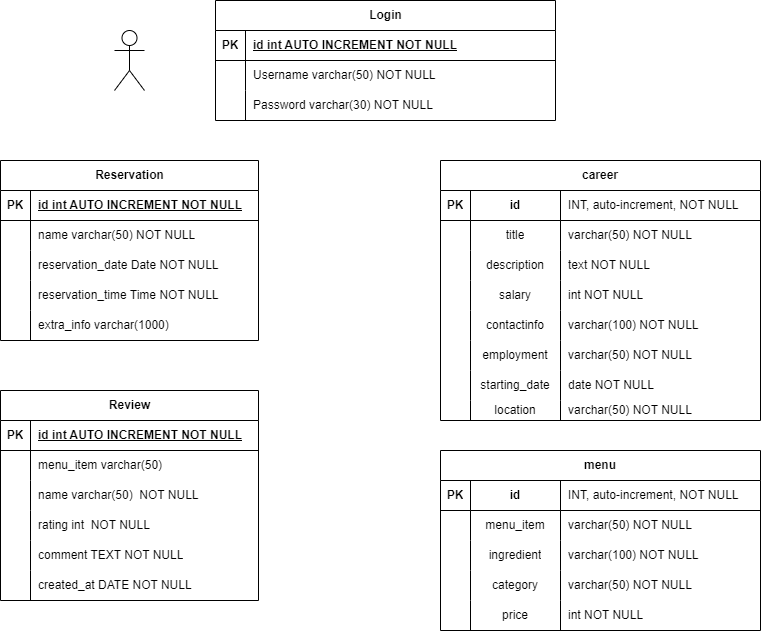
Earlier version of the draw.io export images/README/ER_Diagram.png (hongqian-li/web-programming-project). Source tidied: cells renumbered, new cells last; positions are measured from the earlier drawing's top-left corner, leaving out a move shared by most shapes.
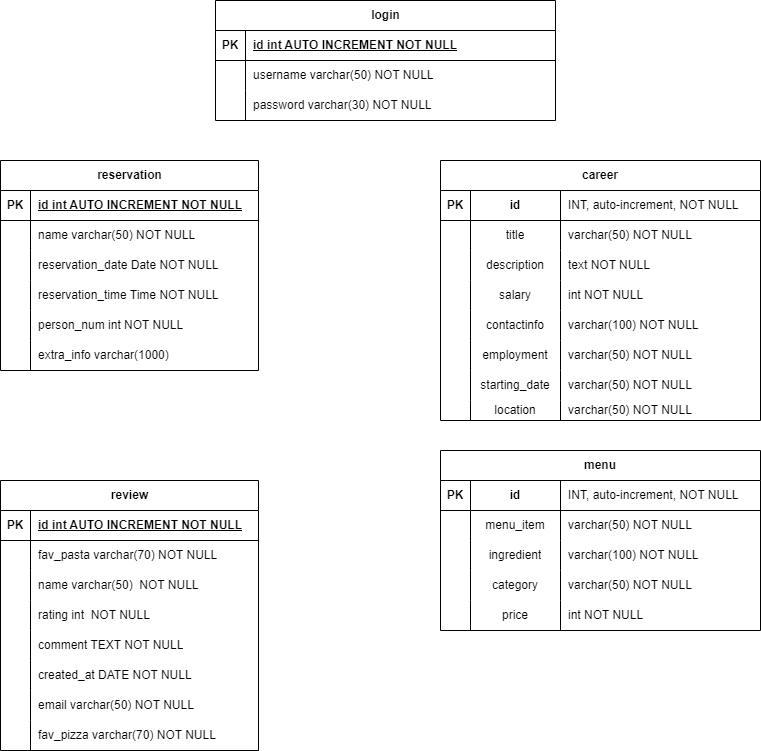
After the change.

Commit message:
Finished the form for the reservations and adjusted the ER diagram

What changed in the source:
```diff
@@ -2,7 +2,7 @@
   <root>
     <mxCell id="0" />
     <mxCell id="1" parent="0" />
-    <mxCell id="2" value="Login" style="shape=table;startSize=30;rowLines=0;fontStyle=1;align=center;html=1;" parent="1" vertex="1">
+    <mxCell id="2" value="login" style="shape=table;startSize=30;rowLines=0;fontStyle=1;align=center;html=1;" parent="1" vertex="1">
       <mxGeometry x="215" width="340" height="120" as="geometry" />
     </mxCell>
     <mxCell id="3" style="shape=tableRow;horizontal=0;startSize=0;swimlaneHead=0;swimlaneBody=0;fillColor=none;top=0;left=0;right=0;bottom=1;" parent="2" vertex="1">
@@ -20,7 +20,7 @@
     <mxCell id="7" style="shape=partialRectangle;fillColor=none;top=0;left=0;bottom=0;right=0;overflow=hidden;whiteSpace=wrap;html=1;" parent="6" vertex="1">
       <mxGeometry width="30" height="30" as="geometry" />
     </mxCell>
-    <mxCell id="8" value="Username varchar(50) NOT NULL" style="shape=partialRectangle;fillColor=none;top=0;left=0;bottom=0;right=0;align=left;spacingLeft=6;overflow=hidden;whiteSpace=wrap;html=1;" parent="6" vertex="1">
+    <mxCell id="8" value="username varchar(50) NOT NULL" style="shape=partialRectangle;fillColor=none;top=0;left=0;bottom=0;right=0;align=left;spacingLeft=6;overflow=hidden;whiteSpace=wrap;html=1;" parent="6" vertex="1">
       <mxGeometry x="30" width="310" height="30" as="geometry" />
     </mxCell>
     <mxCell id="9" style="shape=tableRow;horizontal=0;startSize=0;swimlaneHead=0;swimlaneBody=0;fillColor=none;top=0;left=0;right=0;bottom=0;" parent="2" vertex="1">
@@ -29,11 +29,11 @@
     <mxCell id="10" style="shape=partialRectangle;fillColor=none;top=0;left=0;bottom=0;right=0;overflow=hidden;whiteSpace=wrap;html=1;" parent="9" vertex="1">
       <mxGeometry width="30" height="30" as="geometry" />
     </mxCell>
-    <mxCell id="11" value="Password varchar(30) NOT NULL" style="shape=partialRectangle;fillColor=none;top=0;left=0;bottom=0;right=0;align=left;spacingLeft=6;overflow=hidden;whiteSpace=wrap;html=1;" parent="9" vertex="1">
+    <mxCell id="11" value="password varchar(30) NOT NULL" style="shape=partialRectangle;fillColor=none;top=0;left=0;bottom=0;right=0;align=left;spacingLeft=6;overflow=hidden;whiteSpace=wrap;html=1;" parent="9" vertex="1">
       <mxGeometry x="30" width="310" height="30" as="geometry" />
     </mxCell>
-    <mxCell id="12" value="Review" style="shape=table;startSize=30;rowLines=0;fontStyle=1;align=center;html=1;" parent="1" vertex="1">
-      <mxGeometry y="390" width="258" height="210" as="geometry" />
+    <mxCell id="12" value="review" style="shape=table;startSize=30;rowLines=0;fontStyle=1;align=center;html=1;" parent="1" vertex="1">
+      <mxGeometry y="480" width="258" height="270" as="geometry" />
     </mxCell>
     <mxCell id="13" style="shape=tableRow;horizontal=0;startSize=0;swimlaneHead=0;swimlaneBody=0;fillColor=none;top=0;left=0;right=0;bottom=1;" parent="12" vertex="1">
       <mxGeometry y="30" width="258" height="30" as="geometry" />
@@ -50,7 +50,7 @@
     <mxCell id="17" style="shape=partialRectangle;fillColor=none;top=0;left=0;bottom=0;right=0;overflow=hidden;whiteSpace=wrap;html=1;" parent="16" vertex="1">
       <mxGeometry width="30" height="30" as="geometry" />
     </mxCell>
-    <mxCell id="18" value="menu_item varchar(50)&amp;nbsp;" style="shape=partialRectangle;fillColor=none;top=0;left=0;bottom=0;right=0;align=left;spacingLeft=6;overflow=hidden;whiteSpace=wrap;html=1;" parent="16" vertex="1">
+    <mxCell id="18" value="fav_pasta varchar(70) NOT NULL" style="shape=partialRectangle;fillColor=none;top=0;left=0;bottom=0;right=0;align=left;spacingLeft=6;overflow=hidden;whiteSpace=wrap;html=1;" parent="16" vertex="1">
       <mxGeometry x="30" width="228" height="30" as="geometry" />
     </mxCell>
     <mxCell id="19" style="shape=tableRow;horizontal=0;startSize=0;swimlaneHead=0;swimlaneBody=0;fillColor=none;top=0;left=0;right=0;bottom=0;" parent="12" vertex="1">
@@ -89,8 +89,26 @@
     <mxCell id="30" value="created_at DATE NOT NULL" style="shape=partialRectangle;fillColor=none;top=0;left=0;bottom=0;right=0;align=left;spacingLeft=6;overflow=hidden;whiteSpace=wrap;html=1;" parent="28" vertex="1">
       <mxGeometry x="30" width="228" height="30" as="geometry" />
     </mxCell>
+    <mxCell id="102" style="shape=tableRow;horizontal=0;startSize=0;swimlaneHead=0;swimlaneBody=0;fillColor=none;top=0;left=0;right=0;bottom=0;" parent="12" vertex="1">
+      <mxGeometry y="210" width="258" height="30" as="geometry" />
+    </mxCell>
+    <mxCell id="103" style="shape=partialRectangle;fillColor=none;top=0;left=0;bottom=0;right=0;overflow=hidden;whiteSpace=wrap;html=1;" parent="102" vertex="1">
+      <mxGeometry width="30" height="30" as="geometry" />
+    </mxCell>
+    <mxCell id="104" value="email varchar(50) NOT NULL" style="shape=partialRectangle;fillColor=none;top=0;left=0;bottom=0;right=0;align=left;spacingLeft=6;overflow=hidden;whiteSpace=wrap;html=1;" parent="102" vertex="1">
+      <mxGeometry x="30" width="228" height="30" as="geometry" />
+    </mxCell>
+    <mxCell id="105" style="shape=tableRow;horizontal=0;startSize=0;swimlaneHead=0;swimlaneBody=0;fillColor=none;top=0;left=0;right=0;bottom=0;" parent="12" vertex="1">
+      <mxGeometry y="240" width="258" height="30" as="geometry" />
+    </mxCell>
+    <mxCell id="106" style="shape=partialRectangle;fillColor=none;top=0;left=0;bottom=0;right=0;overflow=hidden;whiteSpace=wrap;html=1;" parent="105" vertex="1">
+      <mxGeometry width="30" height="30" as="geometry" />
+    </mxCell>
+    <mxCell id="107" value="fav_pizza varchar(70) NOT NULL" style="shape=partialRectangle;fillColor=none;top=0;left=0;bottom=0;right=0;align=left;spacingLeft=6;overflow=hidden;whiteSpace=wrap;html=1;" parent="105" vertex="1">
+      <mxGeometry x="30" width="228" height="30" as="geometry" />
+    </mxCell>
-    <mxCell id="31" value="Reservation" style="shape=table;startSize=30;rowLines=0;fontStyle=1;align=center;html=1;" parent="1" vertex="1">
-      <mxGeometry y="160" width="258" height="180" as="geometry" />
+    <mxCell id="31" value="reservation" style="shape=table;startSize=30;rowLines=0;fontStyle=1;align=center;html=1;" parent="1" vertex="1">
+      <mxGeometry y="160" width="258" height="210" as="geometry" />
     </mxCell>
     <mxCell id="32" style="shape=tableRow;horizontal=0;startSize=0;swimlaneHead=0;swimlaneBody=0;fillColor=none;top=0;left=0;right=0;bottom=1;" parent="31" vertex="1">
       <mxGeometry y="30" width="258" height="30" as="geometry" />
@@ -134,9 +152,18 @@
     <mxCell id="45" style="shape=partialRectangle;fillColor=none;top=0;left=0;bottom=0;right=0;overflow=hidden;whiteSpace=wrap;html=1;" parent="44" vertex="1">
       <mxGeometry width="30" height="30" as="geometry" />
     </mxCell>
-    <mxCell id="46" value="extra_info varchar(1000)&amp;nbsp;" style="shape=partialRectangle;fillColor=none;top=0;left=0;bottom=0;right=0;align=left;spacingLeft=6;overflow=hidden;whiteSpace=wrap;html=1;" parent="44" vertex="1">
+    <mxCell id="46" value="person_num int NOT NULL" style="shape=partialRectangle;fillColor=none;top=0;left=0;bottom=0;right=0;align=left;spacingLeft=6;overflow=hidden;whiteSpace=wrap;html=1;" parent="44" vertex="1">
       <mxGeometry x="30" width="228" height="30" as="geometry" />
     </mxCell>
+    <mxCell id="108" style="shape=tableRow;horizontal=0;startSize=0;swimlaneHead=0;swimlaneBody=0;fillColor=none;top=0;left=0;right=0;bottom=0;" parent="31" vertex="1">
+      <mxGeometry y="180" width="258" height="30" as="geometry" />
+    </mxCell>
+    <mxCell id="109" style="shape=partialRectangle;fillColor=none;top=0;left=0;bottom=0;right=0;overflow=hidden;whiteSpace=wrap;html=1;" parent="108" vertex="1">
+      <mxGeometry width="30" height="30" as="geometry" />
+    </mxCell>
+    <mxCell id="110" value="extra_info varchar(1000)&amp;nbsp;" style="shape=partialRectangle;fillColor=none;top=0;left=0;bottom=0;right=0;align=left;spacingLeft=6;overflow=hidden;whiteSpace=wrap;html=1;" parent="108" vertex="1">
+      <mxGeometry x="30" width="228" height="30" as="geometry" />
+    </mxCell>
     <mxCell id="47" value="career" style="shape=table;startSize=30;rowLines=0;fontStyle=1;align=center;html=1;whiteSpace=wrap;" parent="1" vertex="1">
       <mxGeometry x="440" y="160" width="320" height="260" as="geometry" />
     </mxCell>
@@ -221,7 +248,7 @@
     <mxCell id="74" value="starting_date" style="shape=partialRectangle;fillColor=none;top=0;left=0;bottom=0;right=0;overflow=hidden;html=1;whiteSpace=wrap;" parent="72" vertex="1">
       <mxGeometry x="30" width="90" height="30" as="geometry" />
     </mxCell>
-    <mxCell id="75" value="date NOT NULL" style="shape=partialRectangle;fillColor=none;top=0;left=0;bottom=0;right=0;align=left;spacingLeft=6;overflow=hidden;html=1;whiteSpace=wrap;fontStyle=0;" parent="72" vertex="1">
+    <mxCell id="75" value="varchar(50) NOT NULL" style="shape=partialRectangle;fillColor=none;top=0;left=0;bottom=0;right=0;align=left;spacingLeft=6;overflow=hidden;html=1;whiteSpace=wrap;fontStyle=0;" parent="72" vertex="1">
       <mxGeometry x="120" width="200" height="30" as="geometry" />
     </mxCell>
     <mxCell id="76" style="shape=tableRow;horizontal=0;startSize=0;swimlaneHead=0;swimlaneBody=0;fillColor=none;top=0;left=0;right=0;bottom=0;html=1;" parent="47" vertex="1">
@@ -299,8 +326,5 @@
     <mxCell id="100" value="int NOT NULL" style="shape=partialRectangle;fillColor=none;top=0;left=0;bottom=0;right=0;align=left;spacingLeft=6;overflow=hidden;html=1;whiteSpace=wrap;fontStyle=0;" parent="97" vertex="1">
       <mxGeometry x="120" width="200" height="30" as="geometry" />
     </mxCell>
-    <mxCell id="101" style="shape=umlActor;verticalLabelPosition=bottom;verticalAlign=top;html=1;strokeColor=default;align=center;fontFamily=Helvetica;fontSize=12;fontColor=default;startSize=30;fillColor=default;" parent="1" vertex="1">
-      <mxGeometry x="114" y="30" width="30" height="60" as="geometry" />
-    </mxCell>
   </root>
 </mxGraphModel>
```
